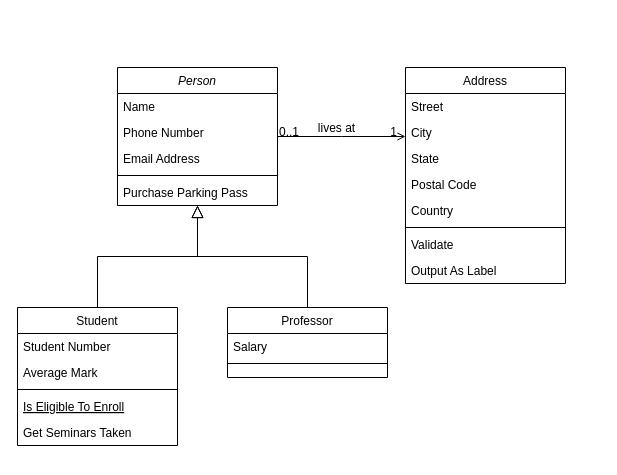
Earlier version of the draw.io diagram Untitled Diagram.drawio (cyrisa02/Symfony-Bootstrap). Source tidied: cells renumbered, new cells numbered last; positions are measured from the earlier drawing's top-left corner, leaving out a move shared by most shapes. Both pictures are drawn from the tidied source at 100%, with x=0, y=0 at pixel (17, 67).
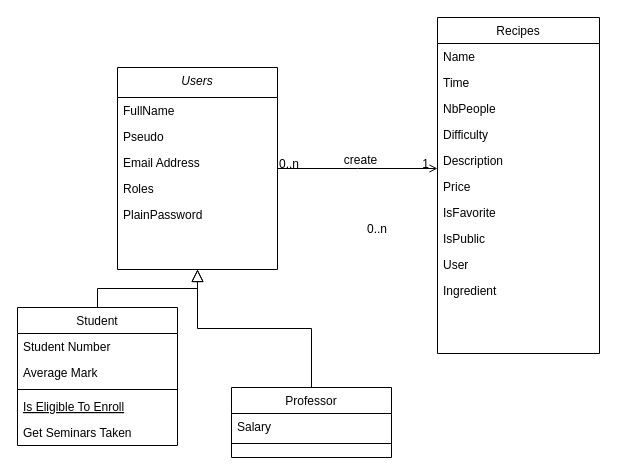
The same page after the edit.

The change refers to these unchanged cells:
```xml
<mxCell id="28" style="endArrow=open;shadow=0;strokeWidth=1;rounded=0;endFill=1;edgeStyle=elbowEdgeStyle;elbow=vertical;" parent="1" edge="1" source="2" target="19">
  <mxGeometry x="0.5" y="41" relative="1" as="geometry">
    <mxPoint x="-40" y="32" as="offset" />
  </mxGeometry>
</mxCell>
```

Change to the diagram source:
```diff
@@
-    <mxCell id="2" value="Person" style="swimlane;fontStyle=2;align=center;verticalAlign=top;horizontal=1;startSize=26;rounded=0;shadow=0;strokeWidth=1;" parent="1" vertex="1">
-      <mxGeometry x="100" width="160" height="138" as="geometry" />
+    <mxCell id="2" value="Users" style="swimlane;fontStyle=2;align=center;verticalAlign=top;horizontal=1;startSize=30;rounded=0;shadow=0;strokeWidth=1;" parent="1" vertex="1">
+      <mxGeometry x="100" width="160" height="202" as="geometry" />
     </mxCell>
-    <mxCell id="3" value="Name" style="text;align=left;verticalAlign=top;spacingLeft=4;spacingRight=4;overflow=hidden;" parent="2" vertex="1">
-      <mxGeometry y="26" width="160" height="26" as="geometry" />
+    <mxCell id="3" value="FullName" style="text;align=left;verticalAlign=top;spacingLeft=4;spacingRight=4;overflow=hidden;" parent="2" vertex="1">
+      <mxGeometry y="30" width="160" height="26" as="geometry" />
     </mxCell>
-    <mxCell id="4" value="Phone Number" style="text;align=left;verticalAlign=top;spacingLeft=4;spacingRight=4;overflow=hidden;rounded=0;shadow=0;html=0;" parent="2" vertex="1">
-      <mxGeometry y="52" width="160" height="26" as="geometry" />
+    <mxCell id="4" value="Pseudo" style="text;align=left;verticalAlign=top;spacingLeft=4;spacingRight=4;overflow=hidden;rounded=0;shadow=0;html=0;" parent="2" vertex="1">
+      <mxGeometry y="56" width="160" height="26" as="geometry" />
     </mxCell>
     <mxCell id="5" value="Email Address" style="text;align=left;verticalAlign=top;spacingLeft=4;spacingRight=4;overflow=hidden;rounded=0;shadow=0;html=0;" parent="2" vertex="1">
-      <mxGeometry y="78" width="160" height="26" as="geometry" />
+      <mxGeometry y="82" width="160" height="26" as="geometry" />
     </mxCell>
-    <mxCell id="6" style="line;html=1;strokeWidth=1;align=left;verticalAlign=middle;spacingTop=-1;spacingLeft=3;spacingRight=3;labelPosition=right;" parent="2" vertex="1">
-      <mxGeometry y="104" width="160" height="8" as="geometry" />
-    </mxCell>
-    <mxCell id="7" value="Purchase Parking Pass" style="text;align=left;verticalAlign=top;spacingLeft=4;spacingRight=4;overflow=hidden;" parent="2" vertex="1">
-      <mxGeometry y="112" width="160" height="26" as="geometry" />
-    </mxCell>
+    <mxCell id="32" value="Roles" style="text;align=left;verticalAlign=top;spacingLeft=4;spacingRight=4;overflow=hidden;rounded=0;shadow=0;html=0;" parent="2" vertex="1">
+      <mxGeometry y="108" width="160" height="26" as="geometry" />
+    </mxCell>
+    <mxCell id="33" value="PlainPassword" style="text;align=left;verticalAlign=top;spacingLeft=4;spacingRight=4;overflow=hidden;rounded=0;shadow=0;html=0;" parent="2" vertex="1">
+      <mxGeometry y="134" width="160" height="26" as="geometry" />
+    </mxCell>
@@
     <mxCell id="15" value="Professor" style="swimlane;fontStyle=0;align=center;verticalAlign=top;horizontal=1;startSize=26;rounded=0;shadow=0;strokeWidth=1;" parent="1" vertex="1">
-      <mxGeometry x="210" y="240" width="160" height="70" as="geometry" />
+      <mxGeometry x="214" y="320" width="160" height="70" as="geometry" />
     </mxCell>
@@
-    <mxCell id="19" value="Address" style="swimlane;fontStyle=0;align=center;verticalAlign=top;horizontal=1;startSize=26;rounded=0;shadow=0;strokeWidth=1;" parent="1" vertex="1">
-      <mxGeometry x="388" width="160" height="216" as="geometry" />
+    <mxCell id="19" value="Recipes" style="swimlane;fontStyle=0;align=center;verticalAlign=top;horizontal=1;startSize=26;rounded=0;shadow=0;strokeWidth=1;" parent="1" vertex="1">
+      <mxGeometry x="420" y="-50" width="162" height="336" as="geometry" />
     </mxCell>
-    <mxCell id="20" value="Street" style="text;align=left;verticalAlign=top;spacingLeft=4;spacingRight=4;overflow=hidden;" parent="19" vertex="1">
-      <mxGeometry y="26" width="160" height="26" as="geometry" />
+    <mxCell id="20" value="Name" style="text;align=left;verticalAlign=top;spacingLeft=4;spacingRight=4;overflow=hidden;" parent="19" vertex="1">
+      <mxGeometry y="26" width="162" height="26" as="geometry" />
     </mxCell>
-    <mxCell id="21" value="City" style="text;align=left;verticalAlign=top;spacingLeft=4;spacingRight=4;overflow=hidden;rounded=0;shadow=0;html=0;" parent="19" vertex="1">
-      <mxGeometry y="52" width="160" height="26" as="geometry" />
+    <mxCell id="21" value="Time" style="text;align=left;verticalAlign=top;spacingLeft=4;spacingRight=4;overflow=hidden;rounded=0;shadow=0;html=0;" parent="19" vertex="1">
+      <mxGeometry y="52" width="162" height="26" as="geometry" />
     </mxCell>
-    <mxCell id="22" value="State" style="text;align=left;verticalAlign=top;spacingLeft=4;spacingRight=4;overflow=hidden;rounded=0;shadow=0;html=0;" parent="19" vertex="1">
-      <mxGeometry y="78" width="160" height="26" as="geometry" />
+    <mxCell id="22" value="NbPeople" style="text;align=left;verticalAlign=top;spacingLeft=4;spacingRight=4;overflow=hidden;rounded=0;shadow=0;html=0;" parent="19" vertex="1">
+      <mxGeometry y="78" width="162" height="26" as="geometry" />
     </mxCell>
-    <mxCell id="23" value="Postal Code" style="text;align=left;verticalAlign=top;spacingLeft=4;spacingRight=4;overflow=hidden;rounded=0;shadow=0;html=0;" parent="19" vertex="1">
-      <mxGeometry y="104" width="160" height="26" as="geometry" />
+    <mxCell id="23" value="Difficulty" style="text;align=left;verticalAlign=top;spacingLeft=4;spacingRight=4;overflow=hidden;rounded=0;shadow=0;html=0;" parent="19" vertex="1">
+      <mxGeometry y="104" width="162" height="26" as="geometry" />
     </mxCell>
-    <mxCell id="24" value="Country" style="text;align=left;verticalAlign=top;spacingLeft=4;spacingRight=4;overflow=hidden;rounded=0;shadow=0;html=0;" parent="19" vertex="1">
-      <mxGeometry y="130" width="160" height="26" as="geometry" />
+    <mxCell id="24" value="Description" style="text;align=left;verticalAlign=top;spacingLeft=4;spacingRight=4;overflow=hidden;rounded=0;shadow=0;html=0;" parent="19" vertex="1">
+      <mxGeometry y="130" width="162" height="26" as="geometry" />
     </mxCell>
-    <mxCell id="25" style="line;html=1;strokeWidth=1;align=left;verticalAlign=middle;spacingTop=-1;spacingLeft=3;spacingRight=3;labelPosition=right;" parent="19" vertex="1">
-      <mxGeometry y="156" width="160" height="8" as="geometry" />
-    </mxCell>
-    <mxCell id="26" value="Validate" style="text;align=left;verticalAlign=top;spacingLeft=4;spacingRight=4;overflow=hidden;" parent="19" vertex="1">
-      <mxGeometry y="164" width="160" height="26" as="geometry" />
-    </mxCell>
-    <mxCell id="27" value="Output As Label" style="text;align=left;verticalAlign=top;spacingLeft=4;spacingRight=4;overflow=hidden;" parent="19" vertex="1">
-      <mxGeometry y="190" width="160" height="26" as="geometry" />
-    </mxCell>
+    <mxCell id="34" value="Price" style="text;align=left;verticalAlign=top;spacingLeft=4;spacingRight=4;overflow=hidden;rounded=0;shadow=0;html=0;" parent="19" vertex="1">
+      <mxGeometry y="156" width="162" height="26" as="geometry" />
+    </mxCell>
+    <mxCell id="35" value="IsFavorite" style="text;align=left;verticalAlign=top;spacingLeft=4;spacingRight=4;overflow=hidden;rounded=0;shadow=0;html=0;" parent="19" vertex="1">
+      <mxGeometry y="182" width="162" height="26" as="geometry" />
+    </mxCell>
+    <mxCell id="36" value="IsPublic" style="text;align=left;verticalAlign=top;spacingLeft=4;spacingRight=4;overflow=hidden;rounded=0;shadow=0;html=0;" parent="19" vertex="1">
+      <mxGeometry y="208" width="162" height="26" as="geometry" />
+    </mxCell>
+    <mxCell id="37" value="User" style="text;align=left;verticalAlign=top;spacingLeft=4;spacingRight=4;overflow=hidden;rounded=0;shadow=0;html=0;" parent="19" vertex="1">
+      <mxGeometry y="234" width="162" height="26" as="geometry" />
+    </mxCell>
+    <mxCell id="38" value="Ingredient" style="text;align=left;verticalAlign=top;spacingLeft=4;spacingRight=4;overflow=hidden;rounded=0;shadow=0;html=0;" parent="19" vertex="1">
+      <mxGeometry y="260" width="162" height="26" as="geometry" />
+    </mxCell>
@@
-    <mxCell id="29" value="0..1" style="align=left;verticalAlign=bottom;labelBackgroundColor=none;fontSize=12;" parent="28" vertex="1">
+    <mxCell id="29" value="0..n" style="align=left;verticalAlign=bottom;labelBackgroundColor=none;fontSize=12;" parent="28" vertex="1">
       <mxGeometry x="-1" relative="1" as="geometry">
         <mxPoint y="4" as="offset" />
       </mxGeometry>
     </mxCell>
@@
-    <mxCell id="31" value="lives at" style="text;html=1;align=center;verticalAlign=middle;labelBackgroundColor=none;rounded=0;shadow=0;strokeWidth=1;fontSize=12;" parent="28" vertex="1">
+    <mxCell id="31" value="create" style="text;html=1;align=center;verticalAlign=middle;labelBackgroundColor=none;rounded=0;shadow=0;strokeWidth=1;fontSize=12;" parent="28" vertex="1">
       <mxGeometry x="0.5" y="49" relative="1" as="geometry">
         <mxPoint x="-38" y="40" as="offset" />
       </mxGeometry>
     </mxCell>
+    <mxCell id="39" value="0..n" style="align=left;verticalAlign=bottom;labelBackgroundColor=none;fontSize=12;" parent="1" vertex="1">
+      <mxGeometry x="360" y="170" as="geometry">
+        <mxPoint x="-12" as="offset" />
+      </mxGeometry>
+    </mxCell>
```
